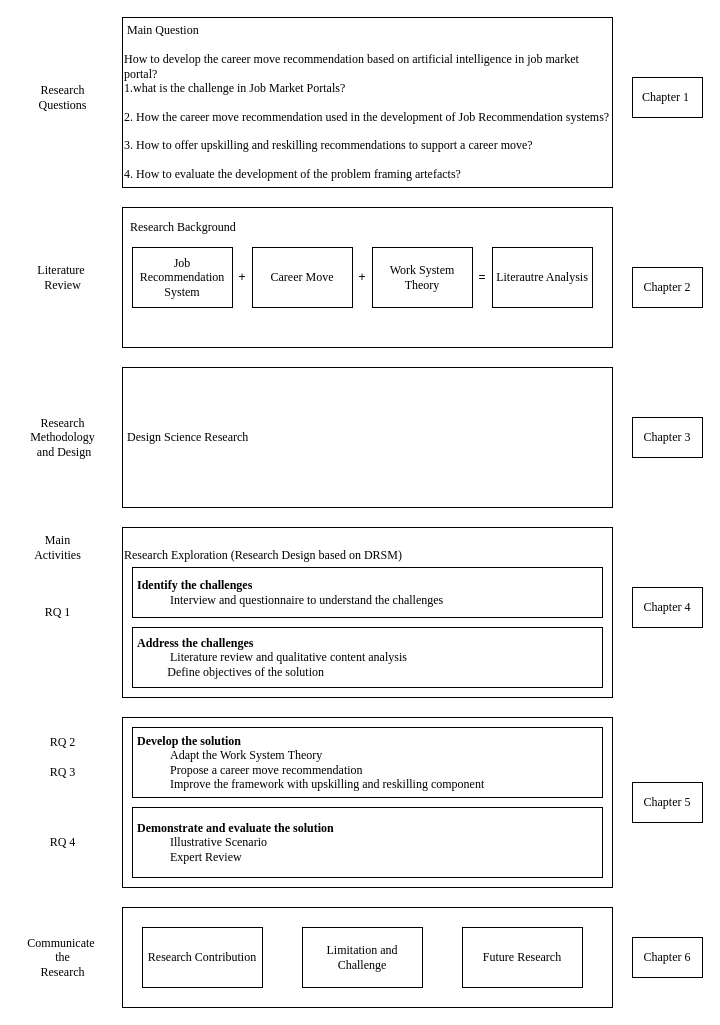
This is 0216.drawio from johnzhouz/jrs, a draw.io file, before an edit. Source tidied: cells renumbered, new cells numbered last; positions are measured from the earlier drawing's top-left corner, leaving out a move shared by most shapes. Both pictures are drawn from the tidied source at 100%, with x=0, y=0 at pixel (17, 17).
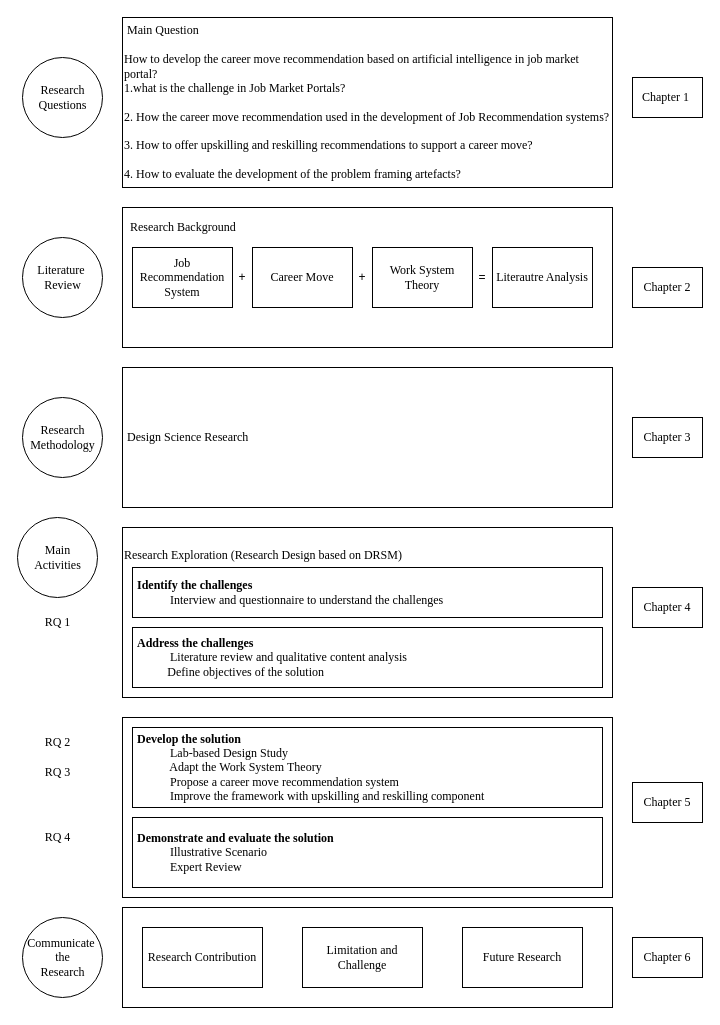
After the change.

Diff of the diagram source:
```diff
@@
+    <mxCell id="37" style="ellipse;whiteSpace=wrap;html=1;" parent="1" vertex="1">
+      <mxGeometry x="5" y="900" width="80" height="80" as="geometry" />
+    </mxCell>
+    <mxCell id="38" style="ellipse;whiteSpace=wrap;html=1;" parent="1" vertex="1">
+      <mxGeometry y="500" width="80" height="80" as="geometry" />
+    </mxCell>
+    <mxCell id="39" style="ellipse;whiteSpace=wrap;html=1;" parent="1" vertex="1">
+      <mxGeometry x="5" y="380" width="80" height="80" as="geometry" />
+    </mxCell>
+    <mxCell id="40" style="ellipse;whiteSpace=wrap;html=1;" parent="1" vertex="1">
+      <mxGeometry x="5" y="220" width="80" height="80" as="geometry" />
+    </mxCell>
+    <mxCell id="41" style="ellipse;whiteSpace=wrap;html=1;" parent="1" vertex="1">
+      <mxGeometry x="5" y="40" width="80" height="80" as="geometry" />
+    </mxCell>
@@
-    <mxCell id="3" value="&lt;font face=&quot;Times New Roman&quot;&gt;Research&lt;br&gt;Questions&lt;/font&gt;" style="text;html=1;align=center;verticalAlign=middle;strokeColor=none;fillColor=none;" parent="1" vertex="1">
+    <mxCell id="3" value="&lt;font face=&quot;Times New Roman&quot;&gt;Research&lt;br&gt;Questions&lt;/font&gt;" style="text;html=1;align=center;verticalAlign=middle;" parent="1" vertex="1">
       <mxGeometry x="10" y="60" width="70" height="40" as="geometry" />
     </mxCell>
@@
-    <mxCell id="17" value="&lt;font face=&quot;Times New Roman&quot;&gt;Research&lt;br&gt;Methodology&lt;br&gt;&amp;nbsp;and Design&lt;/font&gt;" style="text;html=1;align=center;verticalAlign=middle;strokeColor=none;fillColor=none;" parent="1" vertex="1">
-      <mxGeometry y="390" width="90" height="60" as="geometry" />
+    <mxCell id="17" value="&lt;font face=&quot;Times New Roman&quot;&gt;Research&lt;br&gt;Methodology&lt;br&gt;&lt;/font&gt;" style="text;html=1;align=center;verticalAlign=middle;strokeColor=none;fillColor=none;" parent="1" vertex="1">
+      <mxGeometry y="400" width="90" height="40" as="geometry" />
     </mxCell>
@@
     <mxCell id="22" value="&lt;font face=&quot;Times New Roman&quot;&gt;Main&lt;br&gt;Activities&lt;/font&gt;" style="text;html=1;align=center;verticalAlign=middle;strokeColor=none;fillColor=none;" parent="1" vertex="1">
-      <mxGeometry x="5" y="510" width="70" height="40" as="geometry" />
+      <mxGeometry x="5" y="520" width="70" height="40" as="geometry" />
     </mxCell>
     <mxCell id="23" value="&lt;font face=&quot;Times New Roman&quot;&gt;RQ 1&lt;/font&gt;" style="text;html=1;align=center;verticalAlign=middle;strokeColor=none;fillColor=none;" parent="1" vertex="1">
-      <mxGeometry x="15" y="580" width="50" height="30" as="geometry" />
+      <mxGeometry x="15" y="590" width="50" height="30" as="geometry" />
     </mxCell>
     <mxCell id="24" style="rounded=0;whiteSpace=wrap;html=1;align=left;" parent="1" vertex="1">
-      <mxGeometry x="105" y="700" width="490" height="170" as="geometry" />
+      <mxGeometry x="105" y="700" width="490" height="180" as="geometry" />
     </mxCell>
@@
     <mxCell id="26" value="&lt;font face=&quot;Times New Roman&quot;&gt;RQ 2&lt;/font&gt;" style="text;html=1;align=center;verticalAlign=middle;strokeColor=none;fillColor=none;" parent="1" vertex="1">
-      <mxGeometry x="20" y="710" width="50" height="30" as="geometry" />
+      <mxGeometry x="15" y="710" width="50" height="30" as="geometry" />
     </mxCell>
     <mxCell id="27" value="&lt;font face=&quot;Times New Roman&quot;&gt;RQ 3&lt;/font&gt;" style="text;html=1;align=center;verticalAlign=middle;strokeColor=none;fillColor=none;" parent="1" vertex="1">
-      <mxGeometry x="20" y="740" width="50" height="30" as="geometry" />
+      <mxGeometry x="15" y="740" width="50" height="30" as="geometry" />
     </mxCell>
     <mxCell id="28" value="&lt;font face=&quot;Times New Roman&quot;&gt;RQ 4&lt;/font&gt;" style="text;html=1;align=center;verticalAlign=middle;strokeColor=none;fillColor=none;" parent="1" vertex="1">
-      <mxGeometry x="20" y="810" width="50" height="30" as="geometry" />
+      <mxGeometry x="15" y="805" width="50" height="30" as="geometry" />
     </mxCell>
     <mxCell id="29" value="&lt;b&gt;&lt;font face=&quot;Times New Roman&quot;&gt;&amp;nbsp;Demonstrate and evaluate the solution&lt;br&gt;&lt;/font&gt;&lt;/b&gt;&lt;div&gt;&lt;font face=&quot;Times New Roman&quot;&gt;&amp;nbsp; &amp;nbsp; &amp;nbsp; &amp;nbsp; &amp;nbsp; &amp;nbsp; Illustrative Scenario&lt;/font&gt;&lt;/div&gt;&lt;div&gt;&lt;font face=&quot;Times New Roman&quot;&gt;&amp;nbsp; &amp;nbsp; &amp;nbsp; &amp;nbsp; &amp;nbsp; &amp;nbsp; Expert Review&lt;/font&gt;&lt;/div&gt;" style="rounded=0;whiteSpace=wrap;html=1;align=left;" parent="1" vertex="1">
-      <mxGeometry x="115" y="790" width="470" height="70" as="geometry" />
+      <mxGeometry x="115" y="800" width="470" height="70" as="geometry" />
     </mxCell>
-    <mxCell id="30" value="&lt;font style=&quot;&quot; face=&quot;Times New Roman&quot;&gt;&lt;b&gt;&amp;nbsp;Develop the solution&lt;/b&gt;&lt;br&gt;&lt;b&gt;&amp;nbsp; &amp;nbsp; &amp;nbsp; &amp;nbsp; &amp;nbsp; &amp;nbsp;&amp;nbsp;&lt;/b&gt;Adapt the&amp;nbsp;Work System&amp;nbsp;&lt;/font&gt;&lt;font face=&quot;Times New Roman&quot;&gt;Theory&lt;/font&gt;&lt;b&gt;&lt;font face=&quot;Times New Roman&quot;&gt;&lt;br&gt;&lt;/font&gt;&lt;/b&gt;&lt;div&gt;&lt;font face=&quot;Times New Roman&quot;&gt;&amp;nbsp; &amp;nbsp; &amp;nbsp; &amp;nbsp; &amp;nbsp; &amp;nbsp; Propose a career move recommendation&lt;/font&gt;&lt;/div&gt;&lt;div&gt;&lt;font face=&quot;Times New Roman&quot;&gt;&amp;nbsp; &amp;nbsp; &amp;nbsp; &amp;nbsp; &amp;nbsp; &amp;nbsp; Improve the framework with upskilling and reskilling component&lt;/font&gt;&lt;/div&gt;" style="rounded=0;whiteSpace=wrap;html=1;align=left;" parent="1" vertex="1">
-      <mxGeometry x="115" y="710" width="470" height="70" as="geometry" />
+    <mxCell id="30" value="&lt;font style=&quot;&quot; face=&quot;Times New Roman&quot;&gt;&lt;b&gt;&amp;nbsp;Develop the solution&lt;/b&gt;&lt;br&gt;&lt;b&gt;&amp;nbsp; &amp;nbsp; &amp;nbsp; &amp;nbsp; &amp;nbsp; &amp;nbsp; &lt;/b&gt;Lab-based Design Study&lt;br&gt;&amp;nbsp; &amp;nbsp; &amp;nbsp; &amp;nbsp; &amp;nbsp; &amp;nbsp; Adapt the&amp;nbsp;Work System&amp;nbsp;&lt;/font&gt;&lt;font face=&quot;Times New Roman&quot;&gt;Theory&lt;/font&gt;&lt;b&gt;&lt;font face=&quot;Times New Roman&quot;&gt;&lt;br&gt;&lt;/font&gt;&lt;/b&gt;&lt;div&gt;&lt;font face=&quot;Times New Roman&quot;&gt;&amp;nbsp; &amp;nbsp; &amp;nbsp; &amp;nbsp; &amp;nbsp; &amp;nbsp; Propose a career move recommendation system&lt;/font&gt;&lt;/div&gt;&lt;div&gt;&lt;font face=&quot;Times New Roman&quot;&gt;&amp;nbsp; &amp;nbsp; &amp;nbsp; &amp;nbsp; &amp;nbsp; &amp;nbsp; Improve the framework with upskilling and reskilling component&lt;/font&gt;&lt;/div&gt;" style="rounded=0;whiteSpace=wrap;html=1;align=left;" parent="1" vertex="1">
+      <mxGeometry x="115" y="710" width="470" height="80" as="geometry" />
     </mxCell>
```
